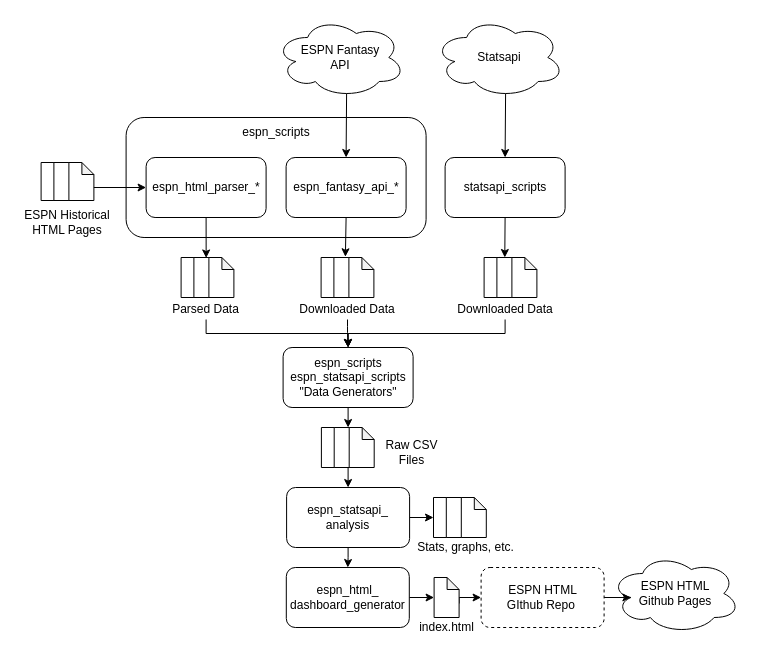
This is high_level_design_diagram.drawio from ivanchow23/espn-league54078-fantasy-stats, a draw.io file, before an edit. Source tidied: cells renumbered, new cells numbered last; positions are measured from the earlier drawing's top-left corner, leaving out a move shared by most shapes. Both pictures are drawn from the tidied source at 100%, with x=0, y=0 at pixel (17, 17).
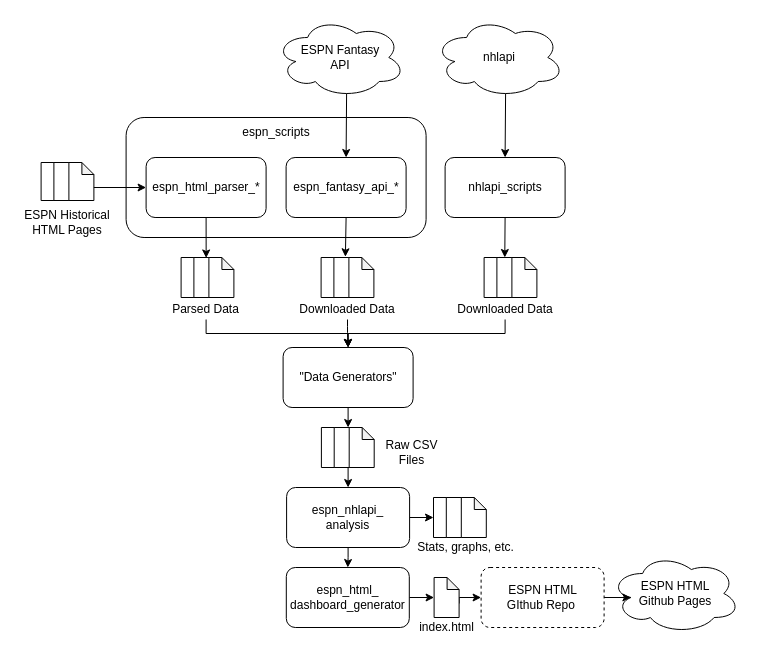
After the change.

Commit message:
Update high-level draw.io diagram

Updated statsapi with nhlapi, made "data generators" block non-specific.

The edit, as a diff of the source:
```diff
@@
-    <mxCell id="12" value="statsapi_scripts" style="rounded=1;whiteSpace=wrap;html=1;" parent="1" vertex="1">
+    <mxCell id="12" value="nhlapi_scripts" style="rounded=1;whiteSpace=wrap;html=1;" parent="1" vertex="1">
       <mxGeometry x="427.6" y="140" width="120" height="60" as="geometry" />
     </mxCell>
@@
-    <mxCell id="14" value="Statsapi" style="ellipse;shape=cloud;whiteSpace=wrap;html=1;" parent="1" vertex="1">
+    <mxCell id="14" value="nhlapi" style="ellipse;shape=cloud;whiteSpace=wrap;html=1;" parent="1" vertex="1">
       <mxGeometry x="416.6" width="130" height="80" as="geometry" />
     </mxCell>
@@
-    <mxCell id="22" value="espn_scripts&lt;br&gt;espn_statsapi_scripts&lt;br&gt;&quot;Data Generators&quot;" style="rounded=1;whiteSpace=wrap;html=1;" parent="1" vertex="1">
+    <mxCell id="22" value="&quot;Data Generators&quot;" style="rounded=1;whiteSpace=wrap;html=1;" parent="1" vertex="1">
       <mxGeometry x="265.6" y="330" width="130" height="60" as="geometry" />
     </mxCell>
@@
-    <mxCell id="25" value="espn_statsapi_&lt;br&gt;analysis" style="rounded=1;whiteSpace=wrap;html=1;" parent="1" vertex="1">
+    <mxCell id="25" value="espn_nhlapi_&lt;br&gt;analysis" style="rounded=1;whiteSpace=wrap;html=1;" parent="1" vertex="1">
       <mxGeometry x="269.1" y="470" width="123" height="60" as="geometry" />
     </mxCell>
```
